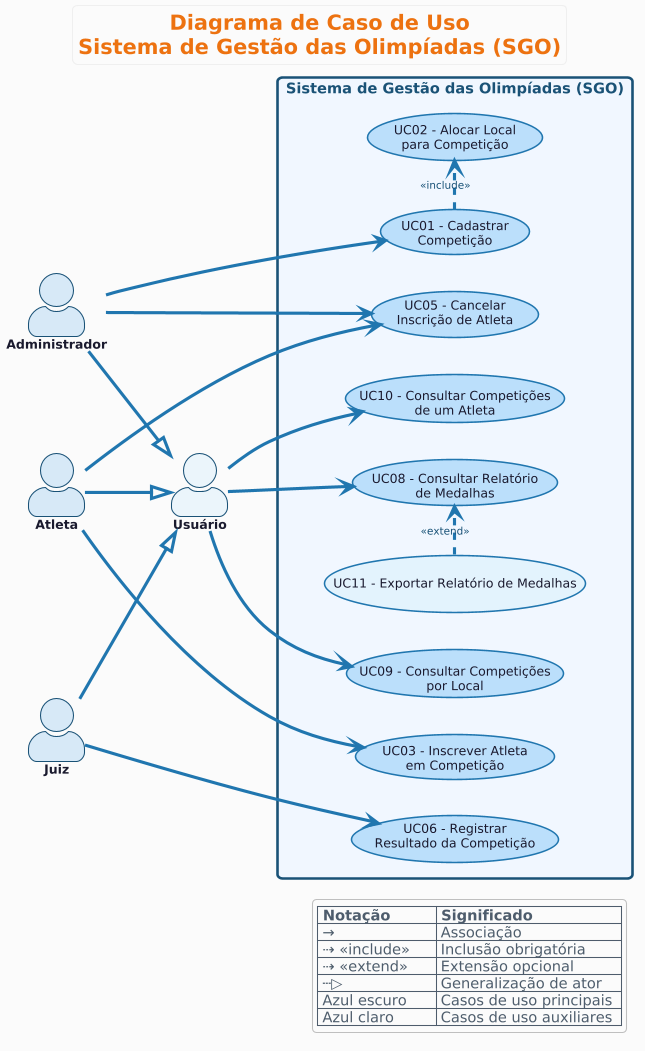
LauraPontara/projeto-de-software keeps this PlantUML diagram as sgo/imagens/diagrama-de-caso-de-uso.png. Above is the earlier version.
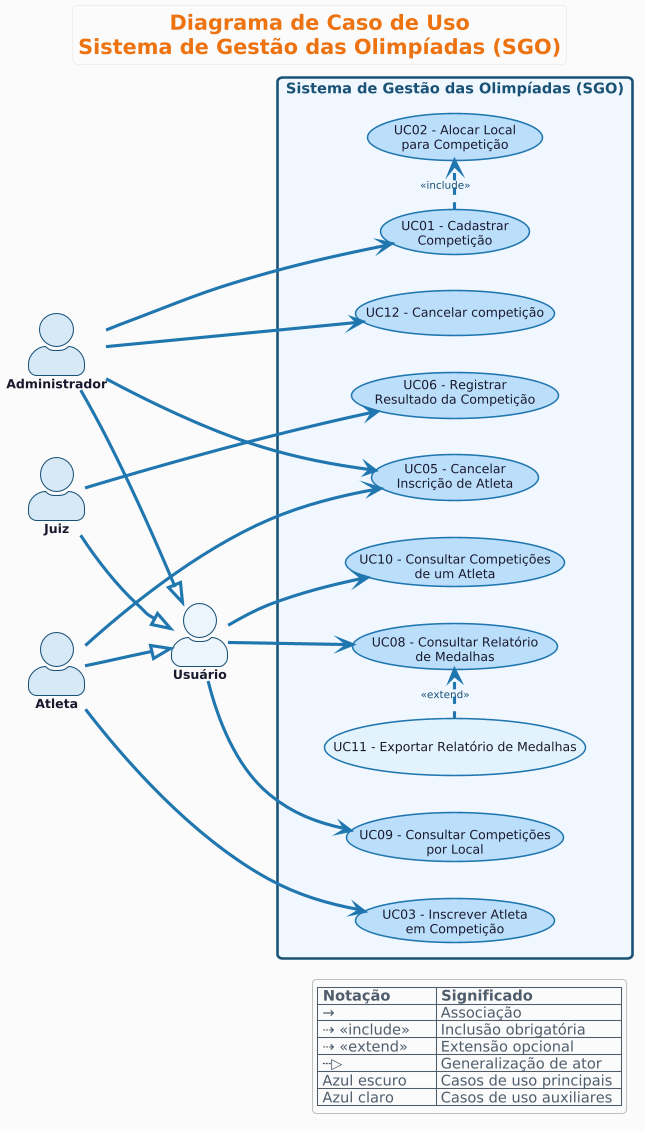
The same file after the commit.

Commit message:
Atualiza diagrama de caso de uso

What changed in the source:
```diff
@@ -69,6 +69,8 @@
 
   usecase "UC11 - Exportar Relatório de Medalhas" as UC11  #E3F2FD
 
+  usecase "UC12 - Cancelar competição" as UC12  #BBDEFB
+
 }
 
 Admin --> UC01
@@ -79,6 +81,7 @@
 User  --> UC10
 Atl --> UC05
 Admin --> UC05
+Admin --> UC12
 
 UC01 .> UC02 : <<include>>
 
```
